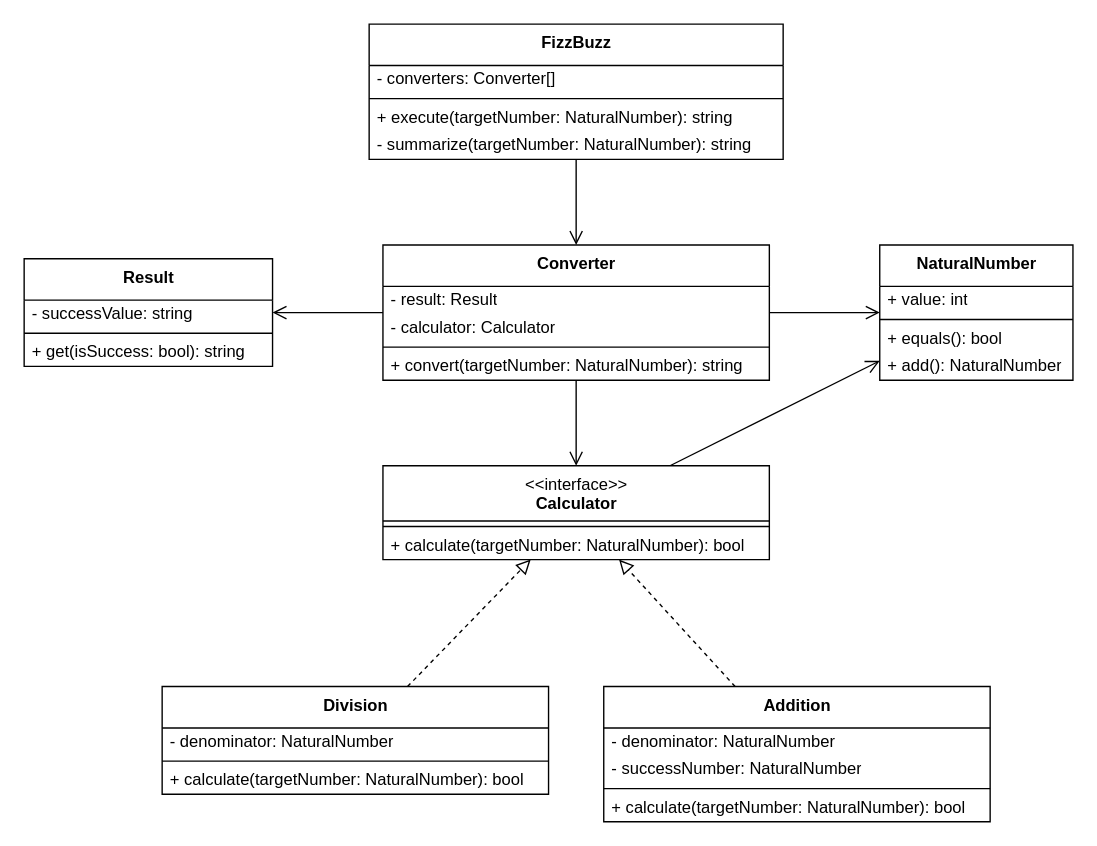
Earlier version of the draw.io diagram uml.drawio (naoyuki42/oop-fizzbuzz). Source tidied: cells renumbered, new cells numbered last; positions are measured from the earlier drawing's top-left corner, leaving out a move shared by most shapes. Both pictures are drawn from the tidied source at 138%, with x=0, y=0 at pixel (23, 23).
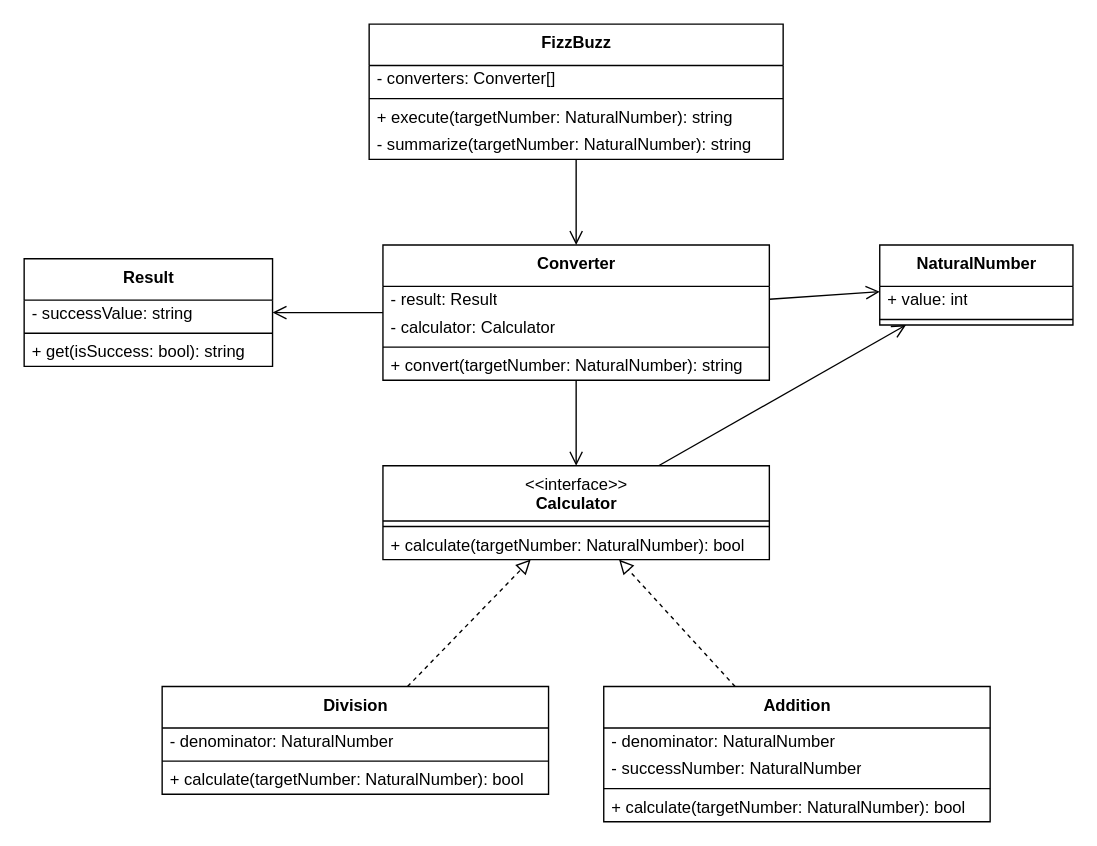
Above is the later version.

Change to the diagram source:
```diff
@@
     <mxCell id="2" value="&lt;b&gt;NaturalNumber&lt;/b&gt;" style="swimlane;fontStyle=0;align=center;verticalAlign=top;horizontal=1;startSize=30;html=1;" parent="1" vertex="1">
-      <mxGeometry x="620" y="160" width="140" height="98" as="geometry" />
+      <mxGeometry x="620" y="160" width="140" height="58" as="geometry" />
     </mxCell>
@@
-    <mxCell id="5" value="+ equals(): bool" style="text;html=1;strokeColor=none;fillColor=none;align=left;verticalAlign=middle;spacingLeft=4;spacingRight=4;overflow=hidden;" parent="2" vertex="1">
-      <mxGeometry y="58" width="140" height="20" as="geometry" />
-    </mxCell>
-    <mxCell id="6" value="+ add(): NaturalNumber" style="text;html=1;strokeColor=none;fillColor=none;align=left;verticalAlign=middle;spacingLeft=4;spacingRight=4;overflow=hidden;" parent="2" vertex="1">
-      <mxGeometry y="78" width="140" height="20" as="geometry" />
-    </mxCell>
```
